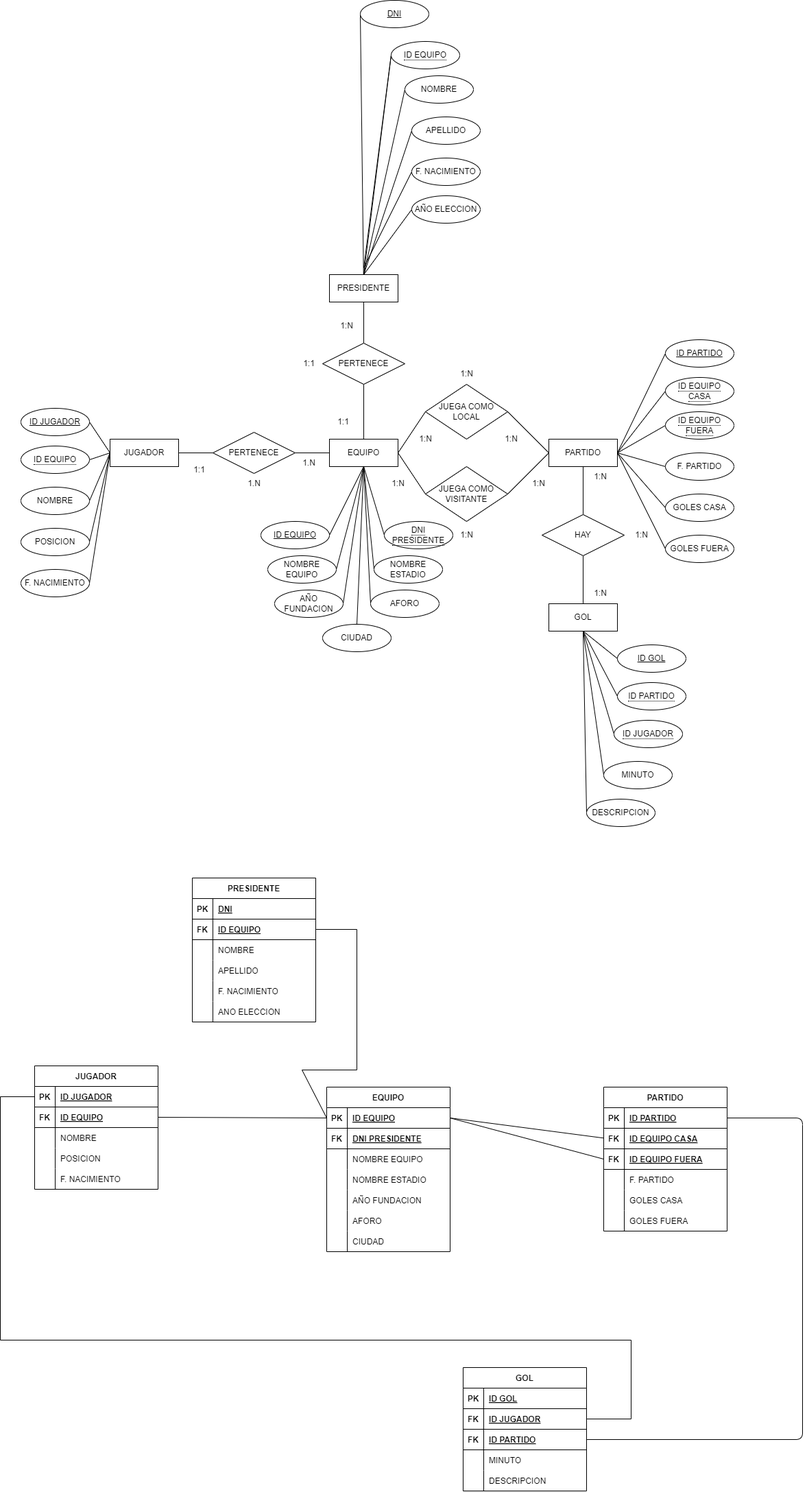
This is Unidad_2/Tarea_4/Imagenes/Tarea_4.drawio.png from jacabellov/BAE_DAW_2, a draw.io export, as it was before one commit. Source tidied: cells renumbered, new cells last; positions are measured from the earlier drawing's top-left corner, leaving out a move shared by most shapes.
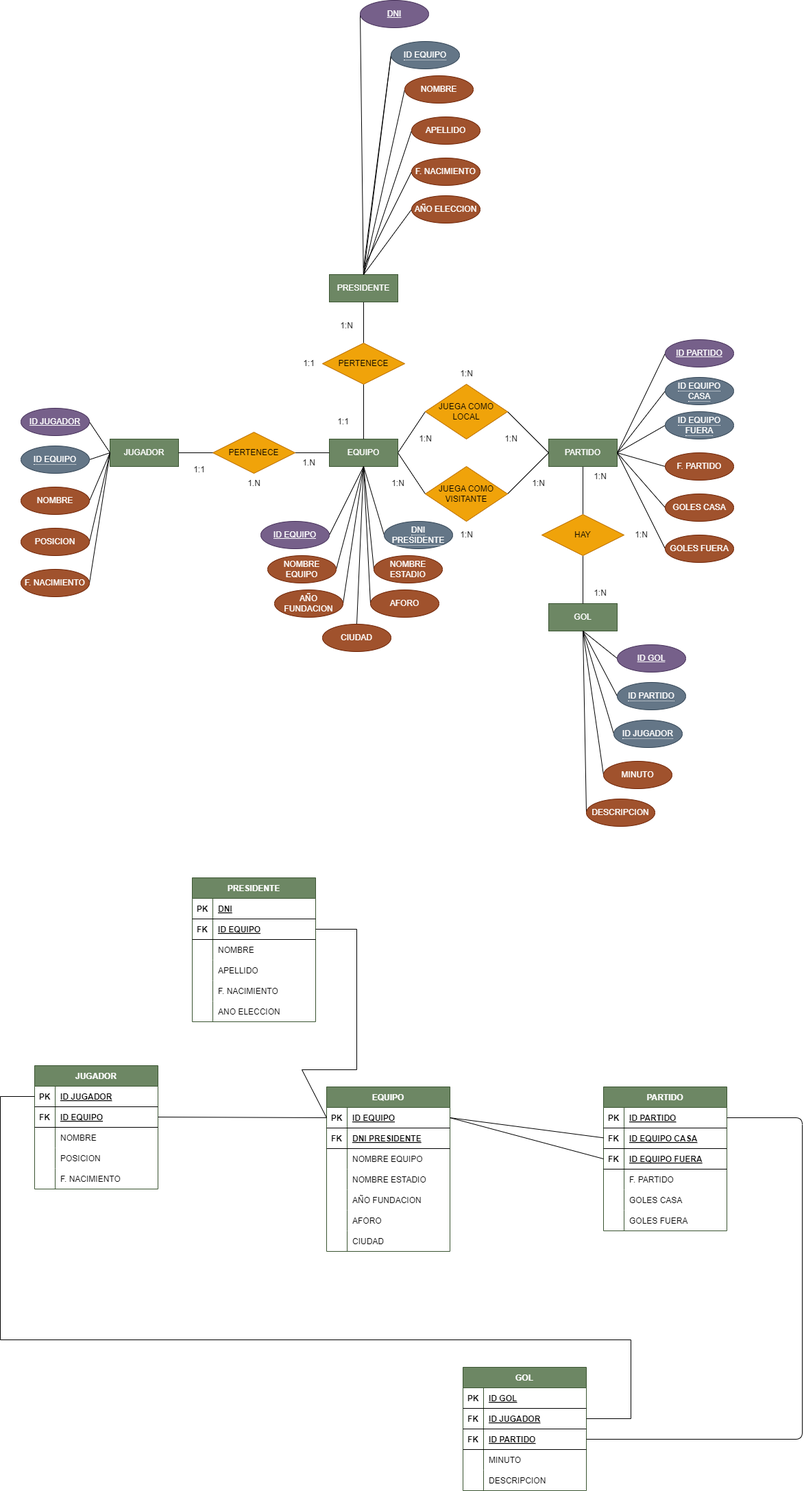
After the commit.

The edit, as a diff of the source:
```diff
@@ -4,3 +4,3 @@
     <mxCell id="1" parent="0" />
-    <mxCell id="2" value="JUGADOR" style="whiteSpace=wrap;html=1;align=center;" parent="1" vertex="1">
+    <mxCell id="2" value="JUGADOR" style="whiteSpace=wrap;html=1;align=center;fillColor=#6d8764;fontColor=#ffffff;strokeColor=#3A5431;" parent="1" vertex="1">
       <mxGeometry x="160" y="640" width="100" height="40" as="geometry" />
@@ -10,3 +10,3 @@
     </mxCell>
-    <mxCell id="4" value="EQUIPO" style="whiteSpace=wrap;html=1;align=center;" parent="1" vertex="1">
+    <mxCell id="4" value="EQUIPO" style="whiteSpace=wrap;html=1;align=center;fillColor=#6d8764;fontColor=#ffffff;strokeColor=#3A5431;" parent="1" vertex="1">
       <mxGeometry x="480" y="640" width="100" height="40" as="geometry" />
@@ -16,6 +16,6 @@
     </mxCell>
-    <mxCell id="6" value="PARTIDO" style="whiteSpace=wrap;html=1;align=center;" parent="1" vertex="1">
+    <mxCell id="6" value="PARTIDO" style="whiteSpace=wrap;html=1;align=center;fillColor=#6d8764;fontColor=#ffffff;strokeColor=#3A5431;" parent="1" vertex="1">
       <mxGeometry x="800" y="640" width="100" height="40" as="geometry" />
     </mxCell>
-    <mxCell id="7" value="GOL" style="whiteSpace=wrap;html=1;align=center;" parent="1" vertex="1">
+    <mxCell id="7" value="GOL" style="whiteSpace=wrap;html=1;align=center;fillColor=#6d8764;fontColor=#ffffff;strokeColor=#3A5431;" parent="1" vertex="1">
       <mxGeometry x="800" y="880" width="100" height="40" as="geometry" />
@@ -25,3 +25,3 @@
     </mxCell>
-    <mxCell id="9" value="PRESIDENTE" style="whiteSpace=wrap;html=1;align=center;" parent="1" vertex="1">
+    <mxCell id="9" value="PRESIDENTE" style="whiteSpace=wrap;html=1;align=center;fillColor=#6d8764;fontColor=#ffffff;strokeColor=#3A5431;" parent="1" vertex="1">
       <mxGeometry x="480" y="400" width="100" height="40" as="geometry" />
@@ -31,3 +31,3 @@
     </mxCell>
-    <mxCell id="11" value="PERTENECE" style="shape=rhombus;perimeter=rhombusPerimeter;whiteSpace=wrap;html=1;align=center;" parent="1" vertex="1">
+    <mxCell id="11" value="PERTENECE" style="shape=rhombus;perimeter=rhombusPerimeter;whiteSpace=wrap;html=1;align=center;fillColor=#f0a30a;fontColor=#000000;strokeColor=#BD7000;" parent="1" vertex="1">
       <mxGeometry x="310" y="630" width="120" height="60" as="geometry" />
@@ -37,3 +37,3 @@
     </mxCell>
-    <mxCell id="13" value="JUEGA COMO LOCAL" style="shape=rhombus;perimeter=rhombusPerimeter;whiteSpace=wrap;html=1;align=center;" parent="1" vertex="1">
+    <mxCell id="13" value="JUEGA COMO LOCAL" style="shape=rhombus;perimeter=rhombusPerimeter;whiteSpace=wrap;html=1;align=center;fillColor=#f0a30a;fontColor=#000000;strokeColor=#BD7000;" parent="1" vertex="1">
       <mxGeometry x="620" y="560" width="120" height="80" as="geometry" />
@@ -48,3 +48,3 @@
     </mxCell>
-    <mxCell id="16" value="JUEGA COMO VISITANTE" style="shape=rhombus;perimeter=rhombusPerimeter;whiteSpace=wrap;html=1;align=center;" parent="1" vertex="1">
+    <mxCell id="16" value="JUEGA COMO VISITANTE" style="shape=rhombus;perimeter=rhombusPerimeter;whiteSpace=wrap;html=1;align=center;fillColor=#f0a30a;fontColor=#000000;strokeColor=#BD7000;" parent="1" vertex="1">
       <mxGeometry x="620" y="680" width="120" height="80" as="geometry" />
@@ -54,3 +54,3 @@
     </mxCell>
-    <mxCell id="18" value="HAY" style="shape=rhombus;perimeter=rhombusPerimeter;whiteSpace=wrap;html=1;align=center;" parent="1" vertex="1">
+    <mxCell id="18" value="HAY" style="shape=rhombus;perimeter=rhombusPerimeter;whiteSpace=wrap;html=1;align=center;fillColor=#f0a30a;fontColor=#000000;strokeColor=#BD7000;" parent="1" vertex="1">
       <mxGeometry x="790" y="750" width="120" height="60" as="geometry" />
@@ -93,3 +93,3 @@
     </mxCell>
-    <mxCell id="31" value="PERTENECE" style="shape=rhombus;perimeter=rhombusPerimeter;whiteSpace=wrap;html=1;align=center;" parent="1" vertex="1">
+    <mxCell id="31" value="PERTENECE" style="shape=rhombus;perimeter=rhombusPerimeter;whiteSpace=wrap;html=1;align=center;fillColor=#f0a30a;fontColor=#000000;strokeColor=#BD7000;" parent="1" vertex="1">
       <mxGeometry x="470" y="500" width="120" height="60" as="geometry" />
@@ -114,3 +114,3 @@
     </mxCell>
-    <mxCell id="38" value="ID JUGADOR" style="ellipse;whiteSpace=wrap;html=1;align=center;fontStyle=4;" parent="1" vertex="1">
+    <mxCell id="38" value="ID JUGADOR" style="ellipse;whiteSpace=wrap;html=1;align=center;fontStyle=4;fillColor=#76608a;fontColor=#ffffff;strokeColor=#432D57;" parent="1" vertex="1">
       <mxGeometry x="30" y="595" width="100" height="40" as="geometry" />
@@ -122,3 +122,3 @@
     </mxCell>
-    <mxCell id="40" value="&lt;span style=&quot;border-bottom: 1px dotted&quot;&gt;ID EQUIPO&lt;/span&gt;" style="ellipse;whiteSpace=wrap;html=1;align=center;" parent="1" vertex="1">
+    <mxCell id="40" value="&lt;span style=&quot;border-bottom: 1px dotted&quot;&gt;ID EQUIPO&lt;/span&gt;" style="ellipse;whiteSpace=wrap;html=1;align=center;fillColor=#647687;fontColor=#ffffff;strokeColor=#314354;" parent="1" vertex="1">
       <mxGeometry x="30" y="650" width="100" height="40" as="geometry" />
@@ -130,3 +130,3 @@
     </mxCell>
-    <mxCell id="42" value="NOMBRE" style="ellipse;whiteSpace=wrap;html=1;align=center;" parent="1" vertex="1">
+    <mxCell id="42" value="NOMBRE" style="ellipse;whiteSpace=wrap;html=1;align=center;fillColor=#a0522d;strokeColor=#6D1F00;fontColor=#ffffff;" parent="1" vertex="1">
       <mxGeometry x="30" y="710" width="100" height="40" as="geometry" />
@@ -138,3 +138,3 @@
     </mxCell>
-    <mxCell id="44" value="POSICION" style="ellipse;whiteSpace=wrap;html=1;align=center;" parent="1" vertex="1">
+    <mxCell id="44" value="POSICION" style="ellipse;whiteSpace=wrap;html=1;align=center;fillColor=#a0522d;fontColor=#ffffff;strokeColor=#6D1F00;" parent="1" vertex="1">
       <mxGeometry x="30" y="770" width="100" height="40" as="geometry" />
@@ -146,3 +146,3 @@
     </mxCell>
-    <mxCell id="46" value="F. NACIMIENTO" style="ellipse;whiteSpace=wrap;html=1;align=center;" parent="1" vertex="1">
+    <mxCell id="46" value="F. NACIMIENTO" style="ellipse;whiteSpace=wrap;html=1;align=center;fillColor=#a0522d;fontColor=#ffffff;strokeColor=#6D1F00;" parent="1" vertex="1">
       <mxGeometry x="30" y="830" width="100" height="40" as="geometry" />
@@ -152,3 +152,3 @@
     </mxCell>
-    <mxCell id="48" value="ID EQUIPO" style="ellipse;whiteSpace=wrap;html=1;align=center;fontStyle=4;" parent="1" vertex="1">
+    <mxCell id="48" value="ID EQUIPO" style="ellipse;whiteSpace=wrap;html=1;align=center;fontStyle=4;fillColor=#76608a;fontColor=#ffffff;strokeColor=#432D57;" parent="1" vertex="1">
       <mxGeometry x="380" y="760" width="100" height="40" as="geometry" />
@@ -160,3 +160,3 @@
     </mxCell>
-    <mxCell id="50" value="&lt;span style=&quot;border-bottom: 1px dotted&quot;&gt;DNI PRESIDENTE&lt;/span&gt;" style="ellipse;whiteSpace=wrap;html=1;align=center;" parent="1" vertex="1">
+    <mxCell id="50" value="&lt;span style=&quot;border-bottom: 1px dotted&quot;&gt;DNI PRESIDENTE&lt;/span&gt;" style="ellipse;whiteSpace=wrap;html=1;align=center;fillColor=#647687;fontColor=#ffffff;strokeColor=#314354;" parent="1" vertex="1">
       <mxGeometry x="560" y="760" width="100" height="40" as="geometry" />
@@ -168,3 +168,3 @@
     </mxCell>
-    <mxCell id="52" value="NOMBRE EQUIPO" style="ellipse;whiteSpace=wrap;html=1;align=center;" parent="1" vertex="1">
+    <mxCell id="52" value="NOMBRE EQUIPO" style="ellipse;whiteSpace=wrap;html=1;align=center;fillColor=#a0522d;fontColor=#ffffff;strokeColor=#6D1F00;" parent="1" vertex="1">
       <mxGeometry x="390" y="810" width="100" height="40" as="geometry" />
@@ -176,3 +176,3 @@
     </mxCell>
-    <mxCell id="54" value="NOMBRE ESTADIO" style="ellipse;whiteSpace=wrap;html=1;align=center;" parent="1" vertex="1">
+    <mxCell id="54" value="NOMBRE ESTADIO" style="ellipse;whiteSpace=wrap;html=1;align=center;fillColor=#a0522d;fontColor=#ffffff;strokeColor=#6D1F00;" parent="1" vertex="1">
       <mxGeometry x="545" y="810" width="100" height="40" as="geometry" />
@@ -184,3 +184,3 @@
     </mxCell>
-    <mxCell id="56" value="AFORO" style="ellipse;whiteSpace=wrap;html=1;align=center;" parent="1" vertex="1">
+    <mxCell id="56" value="AFORO" style="ellipse;whiteSpace=wrap;html=1;align=center;fillColor=#a0522d;fontColor=#ffffff;strokeColor=#6D1F00;" parent="1" vertex="1">
       <mxGeometry x="540" y="860" width="100" height="40" as="geometry" />
@@ -192,3 +192,3 @@
     </mxCell>
-    <mxCell id="58" value="AÑO FUNDACION" style="ellipse;whiteSpace=wrap;html=1;align=center;" parent="1" vertex="1">
+    <mxCell id="58" value="AÑO FUNDACION" style="ellipse;whiteSpace=wrap;html=1;align=center;fillColor=#a0522d;fontColor=#ffffff;strokeColor=#6D1F00;" parent="1" vertex="1">
       <mxGeometry x="400" y="860" width="100" height="40" as="geometry" />
@@ -200,3 +200,3 @@
     </mxCell>
-    <mxCell id="60" value="CIUDAD" style="ellipse;whiteSpace=wrap;html=1;align=center;" parent="1" vertex="1">
+    <mxCell id="60" value="CIUDAD" style="ellipse;whiteSpace=wrap;html=1;align=center;fillColor=#a0522d;fontColor=#ffffff;strokeColor=#6D1F00;" parent="1" vertex="1">
       <mxGeometry x="470" y="910" width="100" height="40" as="geometry" />
@@ -206,3 +206,3 @@
     </mxCell>
-    <mxCell id="62" value="ID PARTIDO" style="ellipse;whiteSpace=wrap;html=1;align=center;fontStyle=4;" parent="1" vertex="1">
+    <mxCell id="62" value="ID PARTIDO" style="ellipse;whiteSpace=wrap;html=1;align=center;fontStyle=4;fillColor=#76608a;fontColor=#ffffff;strokeColor=#432D57;" parent="1" vertex="1">
       <mxGeometry x="970" y="495" width="100" height="40" as="geometry" />
@@ -214,3 +214,3 @@
     </mxCell>
-    <mxCell id="64" value="&lt;span style=&quot;border-bottom: 1px dotted&quot;&gt;ID EQUIPO CASA&lt;/span&gt;" style="ellipse;whiteSpace=wrap;html=1;align=center;" parent="1" vertex="1">
+    <mxCell id="64" value="&lt;span style=&quot;border-bottom: 1px dotted&quot;&gt;ID EQUIPO CASA&lt;/span&gt;" style="ellipse;whiteSpace=wrap;html=1;align=center;fillColor=#647687;fontColor=#ffffff;strokeColor=#314354;" parent="1" vertex="1">
       <mxGeometry x="970" y="550" width="100" height="40" as="geometry" />
@@ -222,3 +222,3 @@
     </mxCell>
-    <mxCell id="66" value="F. PARTIDO" style="ellipse;whiteSpace=wrap;html=1;align=center;" parent="1" vertex="1">
+    <mxCell id="66" value="F. PARTIDO" style="ellipse;whiteSpace=wrap;html=1;align=center;fillColor=#a0522d;fontColor=#ffffff;strokeColor=#6D1F00;" parent="1" vertex="1">
       <mxGeometry x="970" y="660" width="100" height="40" as="geometry" />
@@ -228,3 +228,3 @@
     </mxCell>
-    <mxCell id="68" value="GOLES CASA" style="ellipse;whiteSpace=wrap;html=1;align=center;" parent="1" vertex="1">
+    <mxCell id="68" value="GOLES CASA" style="ellipse;whiteSpace=wrap;html=1;align=center;fillColor=#a0522d;fontColor=#ffffff;strokeColor=#6D1F00;" parent="1" vertex="1">
       <mxGeometry x="970" y="720" width="100" height="40" as="geometry" />
@@ -236,3 +236,3 @@
     </mxCell>
-    <mxCell id="70" value="GOLES FUERA" style="ellipse;whiteSpace=wrap;html=1;align=center;" parent="1" vertex="1">
+    <mxCell id="70" value="GOLES FUERA" style="ellipse;whiteSpace=wrap;html=1;align=center;fillColor=#a0522d;fontColor=#ffffff;strokeColor=#6D1F00;" parent="1" vertex="1">
       <mxGeometry x="970" y="780" width="100" height="40" as="geometry" />
@@ -244,3 +244,3 @@
     </mxCell>
-    <mxCell id="72" value="&lt;span style=&quot;border-bottom: 1px dotted&quot;&gt;ID EQUIPO FUERA&lt;/span&gt;" style="ellipse;whiteSpace=wrap;html=1;align=center;" parent="1" vertex="1">
+    <mxCell id="72" value="&lt;span style=&quot;border-bottom: 1px dotted&quot;&gt;ID EQUIPO FUERA&lt;/span&gt;" style="ellipse;whiteSpace=wrap;html=1;align=center;fillColor=#647687;fontColor=#ffffff;strokeColor=#314354;" parent="1" vertex="1">
       <mxGeometry x="970" y="600" width="100" height="40" as="geometry" />
@@ -250,3 +250,3 @@
     </mxCell>
-    <mxCell id="74" value="ID GOL" style="ellipse;whiteSpace=wrap;html=1;align=center;fontStyle=4;" parent="1" vertex="1">
+    <mxCell id="74" value="ID GOL" style="ellipse;whiteSpace=wrap;html=1;align=center;fontStyle=4;fillColor=#76608a;fontColor=#ffffff;strokeColor=#432D57;" parent="1" vertex="1">
       <mxGeometry x="900" y="940" width="100" height="40" as="geometry" />
@@ -258,3 +258,3 @@
     </mxCell>
-    <mxCell id="76" value="&lt;span style=&quot;border-bottom: 1px dotted&quot;&gt;ID PARTIDO&lt;/span&gt;" style="ellipse;whiteSpace=wrap;html=1;align=center;" parent="1" vertex="1">
+    <mxCell id="76" value="&lt;span style=&quot;border-bottom: 1px dotted&quot;&gt;ID PARTIDO&lt;/span&gt;" style="ellipse;whiteSpace=wrap;html=1;align=center;fillColor=#647687;fontColor=#ffffff;strokeColor=#314354;" parent="1" vertex="1">
       <mxGeometry x="900" y="995" width="100" height="40" as="geometry" />
@@ -266,3 +266,3 @@
     </mxCell>
-    <mxCell id="78" value="MINUTO" style="ellipse;whiteSpace=wrap;html=1;align=center;" parent="1" vertex="1">
+    <mxCell id="78" value="MINUTO" style="ellipse;whiteSpace=wrap;html=1;align=center;fillColor=#a0522d;fontColor=#ffffff;strokeColor=#6D1F00;" parent="1" vertex="1">
       <mxGeometry x="880" y="1110" width="100" height="40" as="geometry" />
@@ -274,3 +274,3 @@
     </mxCell>
-    <mxCell id="80" value="DESCRIPCION" style="ellipse;whiteSpace=wrap;html=1;align=center;" parent="1" vertex="1">
+    <mxCell id="80" value="DESCRIPCION" style="ellipse;whiteSpace=wrap;html=1;align=center;fillColor=#a0522d;fontColor=#ffffff;strokeColor=#6D1F00;" parent="1" vertex="1">
       <mxGeometry x="855" y="1165" width="100" height="40" as="geometry" />
@@ -282,3 +282,3 @@
     </mxCell>
-    <mxCell id="82" value="&lt;span style=&quot;border-bottom: 1px dotted&quot;&gt;ID JUGADOR&lt;/span&gt;" style="ellipse;whiteSpace=wrap;html=1;align=center;" parent="1" vertex="1">
+    <mxCell id="82" value="&lt;span style=&quot;border-bottom: 1px dotted&quot;&gt;ID JUGADOR&lt;/span&gt;" style="ellipse;whiteSpace=wrap;html=1;align=center;fillColor=#647687;fontColor=#ffffff;strokeColor=#314354;" parent="1" vertex="1">
       <mxGeometry x="895" y="1050" width="100" height="40" as="geometry" />
@@ -288,3 +288,3 @@
     </mxCell>
-    <mxCell id="84" value="DNI" style="ellipse;whiteSpace=wrap;html=1;align=center;fontStyle=4;" parent="1" vertex="1">
+    <mxCell id="84" value="DNI" style="ellipse;whiteSpace=wrap;html=1;align=center;fontStyle=4;fillColor=#76608a;fontColor=#ffffff;strokeColor=#432D57;" parent="1" vertex="1">
       <mxGeometry x="525" width="100" height="40" as="geometry" />
@@ -301,3 +301,3 @@
     </mxCell>
-    <mxCell id="87" value="&lt;span style=&quot;border-bottom: 1px dotted&quot;&gt;ID EQUIPO&lt;/span&gt;" style="ellipse;whiteSpace=wrap;html=1;align=center;" parent="1" vertex="1">
+    <mxCell id="87" value="&lt;span style=&quot;border-bottom: 1px dotted&quot;&gt;ID EQUIPO&lt;/span&gt;" style="ellipse;whiteSpace=wrap;html=1;align=center;fillColor=#647687;fontColor=#ffffff;strokeColor=#314354;" parent="1" vertex="1">
       <mxGeometry x="570" y="60" width="100" height="40" as="geometry" />
@@ -309,3 +309,3 @@
     </mxCell>
-    <mxCell id="89" value="APELLIDO" style="ellipse;whiteSpace=wrap;html=1;align=center;" parent="1" vertex="1">
+    <mxCell id="89" value="APELLIDO" style="ellipse;whiteSpace=wrap;html=1;align=center;fillColor=#a0522d;fontColor=#ffffff;strokeColor=#6D1F00;" parent="1" vertex="1">
       <mxGeometry x="600" y="170" width="100" height="40" as="geometry" />
@@ -317,3 +317,3 @@
     </mxCell>
-    <mxCell id="91" value="F. NACIMIENTO" style="ellipse;whiteSpace=wrap;html=1;align=center;" parent="1" vertex="1">
+    <mxCell id="91" value="F. NACIMIENTO" style="ellipse;whiteSpace=wrap;html=1;align=center;fillColor=#a0522d;fontColor=#ffffff;strokeColor=#6D1F00;" parent="1" vertex="1">
       <mxGeometry x="600" y="230" width="100" height="40" as="geometry" />
@@ -323,3 +323,3 @@
     </mxCell>
-    <mxCell id="93" value="AÑO ELECCION" style="ellipse;whiteSpace=wrap;html=1;align=center;" parent="1" vertex="1">
+    <mxCell id="93" value="AÑO ELECCION" style="ellipse;whiteSpace=wrap;html=1;align=center;fillColor=#a0522d;fontColor=#ffffff;strokeColor=#6D1F00;" parent="1" vertex="1">
       <mxGeometry x="600" y="285" width="100" height="40" as="geometry" />
@@ -331,6 +331,6 @@
     </mxCell>
-    <mxCell id="95" value="NOMBRE" style="ellipse;whiteSpace=wrap;html=1;align=center;" parent="1" vertex="1">
+    <mxCell id="95" value="NOMBRE" style="ellipse;whiteSpace=wrap;html=1;align=center;fillColor=#a0522d;fontColor=#ffffff;strokeColor=#6D1F00;" parent="1" vertex="1">
       <mxGeometry x="590" y="110" width="100" height="40" as="geometry" />
     </mxCell>
-    <mxCell id="96" value="JUGADOR" style="shape=table;startSize=30;rowLines=0;fontStyle=1;align=center;" parent="1" vertex="1">
+    <mxCell id="96" value="JUGADOR" style="shape=table;startSize=30;rowLines=0;fontStyle=1;align=center;fillColor=#6d8764;fontColor=#ffffff;strokeColor=#3A5431;" parent="1" vertex="1">
       <mxGeometry x="50" y="1554" width="180" height="180" as="geometry" />
@@ -382,3 +382,3 @@
     </mxCell>
-    <mxCell id="112" value="EQUIPO" style="shape=table;startSize=30;rowLines=0;fontStyle=1;align=center;" parent="1" vertex="1">
+    <mxCell id="112" value="EQUIPO" style="shape=table;startSize=30;rowLines=0;fontStyle=1;align=center;fillColor=#6d8764;fontColor=#ffffff;strokeColor=#3A5431;" parent="1" vertex="1">
       <mxGeometry x="476" y="1585" width="180" height="240" as="geometry" />
@@ -451,3 +451,3 @@
     </mxCell>
-    <mxCell id="135" value="PARTIDO" style="shape=table;startSize=30;rowLines=0;fontStyle=1;align=center;" parent="1" vertex="1">
+    <mxCell id="135" value="PARTIDO" style="shape=table;startSize=30;rowLines=0;fontStyle=1;align=center;fillColor=#6d8764;fontColor=#ffffff;strokeColor=#3A5431;" parent="1" vertex="1">
       <mxGeometry x="880" y="1585" width="180" height="210" as="geometry" />
@@ -516,3 +516,3 @@
     </mxCell>
-    <mxCell id="156" value="GOL" style="shape=table;startSize=30;rowLines=0;fontStyle=1;align=center;" parent="1" vertex="1">
+    <mxCell id="156" value="GOL" style="shape=table;startSize=30;rowLines=0;fontStyle=1;align=center;fillColor=#6d8764;fontColor=#ffffff;strokeColor=#3A5431;" parent="1" vertex="1">
       <mxGeometry x="675" y="1994" width="180" height="180" as="geometry" />
@@ -582,3 +582,3 @@
     </mxCell>
-    <mxCell id="174" value="PRESIDENTE" style="shape=table;startSize=30;rowLines=0;fontStyle=1;align=center;" parent="1" vertex="1">
+    <mxCell id="174" value="PRESIDENTE" style="shape=table;startSize=30;rowLines=0;fontStyle=1;align=center;fillColor=#6d8764;fontColor=#ffffff;strokeColor=#3A5431;" parent="1" vertex="1">
       <mxGeometry x="280" y="1280" width="180" height="210" as="geometry" />
```
